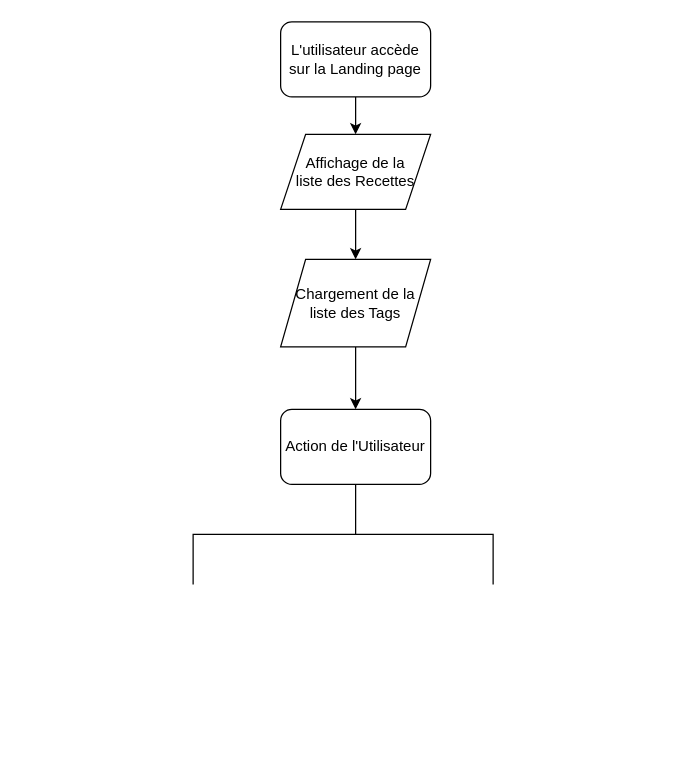
oleeefr/P11-front-end-search-engine keeps this draw.io diagram as docs/Untitled DiagramV2.drawio. Above is the earlier version. Source tidied: cells renumbered, new cells numbered last; positions are measured from the earlier drawing's top-left corner, leaving out a move shared by most shapes. Both pictures are drawn from the tidied source at 125%, with x=0, y=0 at pixel (192, 21).
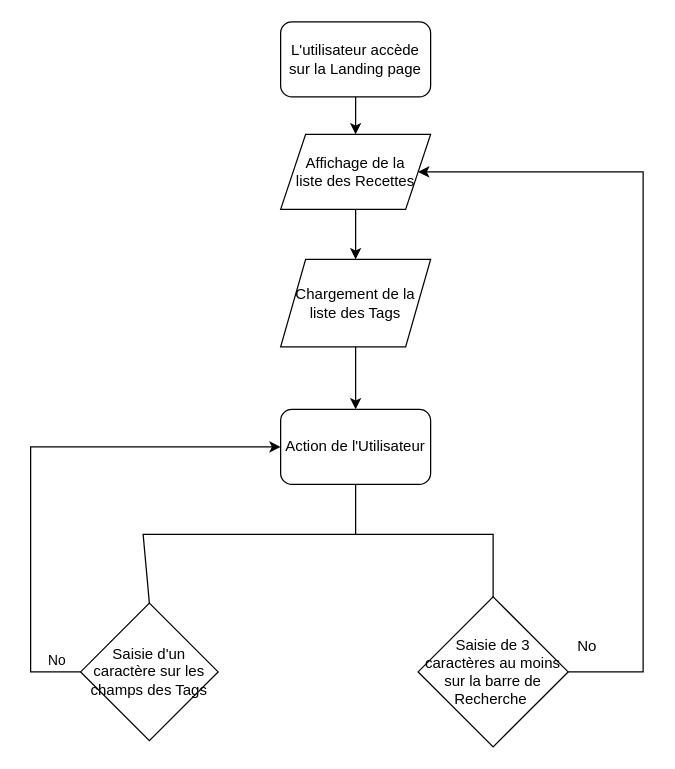
Above is the later version.

Unchanged cells that the change refers to:
```xml
<mxCell id="4" value="Affichage de la&lt;br&gt;liste des Recettes" style="shape=parallelogram;perimeter=parallelogramPerimeter;whiteSpace=wrap;html=1;fixedSize=1;" parent="1" vertex="1">
  <mxGeometry x="70" y="90" width="120" height="60" as="geometry" />
</mxCell>
<mxCell id="6" value="Action de l'Utilisateur" style="rounded=1;whiteSpace=wrap;html=1;" parent="1" vertex="1">
  <mxGeometry x="70" y="310" width="120" height="60" as="geometry" />
</mxCell>
```

Change to the diagram source:
```diff
@@
-    <mxCell id="9" style="endArrow=none;html=1;rounded=0;exitX=0.5;exitY=1;exitDx=0;exitDy=0;" parent="1" edge="1" source="6">
+    <mxCell id="9" style="endArrow=none;html=1;rounded=0;exitX=0.5;exitY=1;exitDx=0;exitDy=0;entryX=0.5;entryY=0;entryDx=0;entryDy=0;" parent="1" edge="1" source="6" target="14">
       <mxGeometry relative="1" as="geometry">
-        <mxPoint y="450" as="targetPoint" />
         <Array as="points">
           <mxPoint x="130" y="410" />
-          <mxPoint y="410" />
+          <mxPoint x="-40" y="410" />
         </Array>
       </mxGeometry>
     </mxCell>
-    <mxCell id="10" style="endArrow=none;html=1;rounded=0;" parent="1" edge="1">
+    <mxCell id="10" style="endArrow=none;html=1;rounded=0;entryX=0.5;entryY=0;entryDx=0;entryDy=0;" parent="1" edge="1" target="11">
       <mxGeometry relative="1" as="geometry">
         <mxPoint x="130" y="410" as="sourcePoint" />
-        <mxPoint x="240" y="450" as="targetPoint" />
         <Array as="points">
           <mxPoint x="240" y="410" />
         </Array>
       </mxGeometry>
     </mxCell>
+    <mxCell id="11" value="Saisie de 3 caractères au moins sur la barre de Recherche&amp;nbsp;" style="rhombus;whiteSpace=wrap;html=1;" parent="1" vertex="1">
+      <mxGeometry x="180" y="460" width="120" height="120" as="geometry" />
+    </mxCell>
+    <mxCell id="12" style="endArrow=classic;html=1;rounded=0;exitX=1;exitY=0.5;exitDx=0;exitDy=0;entryX=1;entryY=0.5;entryDx=0;entryDy=0;" parent="1" edge="1" source="11" target="4">
+      <mxGeometry relative="1" as="geometry">
+        <Array as="points">
+          <mxPoint x="360" y="520" />
+          <mxPoint x="360" y="120" />
+        </Array>
+      </mxGeometry>
+    </mxCell>
+    <mxCell id="13" value="No" style="text;html=1;align=center;verticalAlign=middle;strokeColor=none;fillColor=none;" parent="1" vertex="1">
+      <mxGeometry x="300" y="490" width="30" height="20" as="geometry" />
+    </mxCell>
+    <mxCell id="14" value="Saisie d'un caractère sur les champs des Tags" style="rhombus;whiteSpace=wrap;html=1;" parent="1" vertex="1">
+      <mxGeometry x="-90" y="465" width="110" height="110" as="geometry" />
+    </mxCell>
+    <mxCell id="15" style="endArrow=classic;html=1;rounded=0;exitX=0;exitY=0.5;exitDx=0;exitDy=0;entryX=0;entryY=0.5;entryDx=0;entryDy=0;" parent="1" edge="1" source="14" target="6">
+      <mxGeometry relative="1" as="geometry">
+        <Array as="points">
+          <mxPoint x="-130" y="520" />
+          <mxPoint x="-130" y="340" />
+        </Array>
+      </mxGeometry>
+    </mxCell>
+    <mxCell id="16" value="No" style="edgeLabel;html=1;align=center;verticalAlign=middle;" parent="15" vertex="1">
+      <mxGeometry x="-0.7" y="-3" relative="1" as="geometry">
+        <mxPoint x="17" y="13" as="offset" />
+      </mxGeometry>
+    </mxCell>
```
